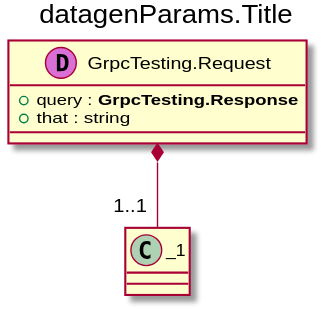
Before: templategeneration/docs/GrpcTesting/GrpcTestingqwertyuiodata-model.svg, a diagram exported from PlantUML (anz-bank/sysl-catalog).
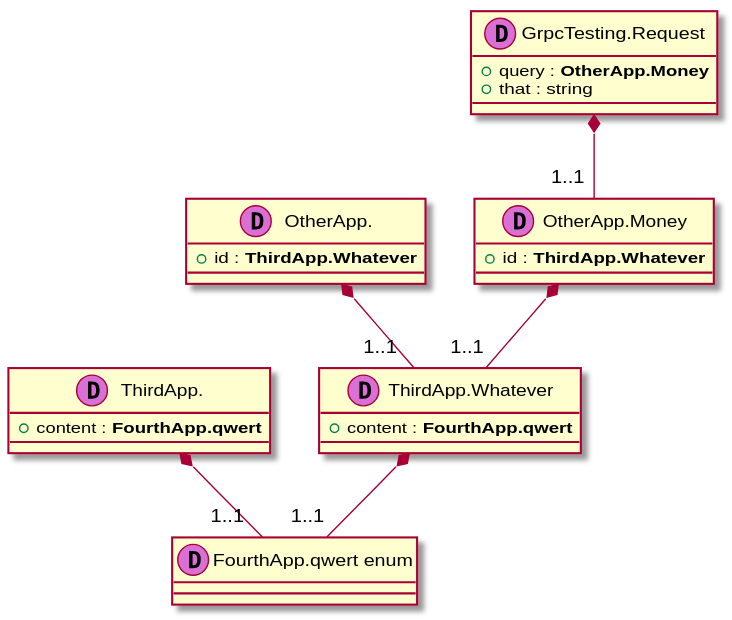
After the commit.

What changed in the source:
```diff
@@ -1,9 +1,26 @@
 @startuml
-title datagenParams.Title
 
-class "GrpcTesting.Request" as _0 << (D,orchid) >> {
-+ query : **GrpcTesting.Response**
+class "FourthApp.qwert enum" as _0<< (D,orchid) >> {
+}
+class "GrpcTesting.Request" as _1 << (D,orchid) >> {
++ query : **OtherApp.Money**
 + that : string
 }
-_0 *-- "1..1 " _1
+class "OtherApp." as _3 << (D,orchid) >> {
++ id : **ThirdApp.Whatever**
+}
+class "OtherApp.Money" as _2 << (D,orchid) >> {
++ id : **ThirdApp.Whatever**
+}
+class "ThirdApp." as _5 << (D,orchid) >> {
++ content : **FourthApp.qwert**
+}
+class "ThirdApp.Whatever" as _4 << (D,orchid) >> {
++ content : **FourthApp.qwert**
+}
+_1 *-- "1..1 " _2
+_2 *-- "1..1 " _4
+_3 *-- "1..1 " _4
+_4 *-- "1..1 " _0
+_5 *-- "1..1 " _0
 @enduml
```
